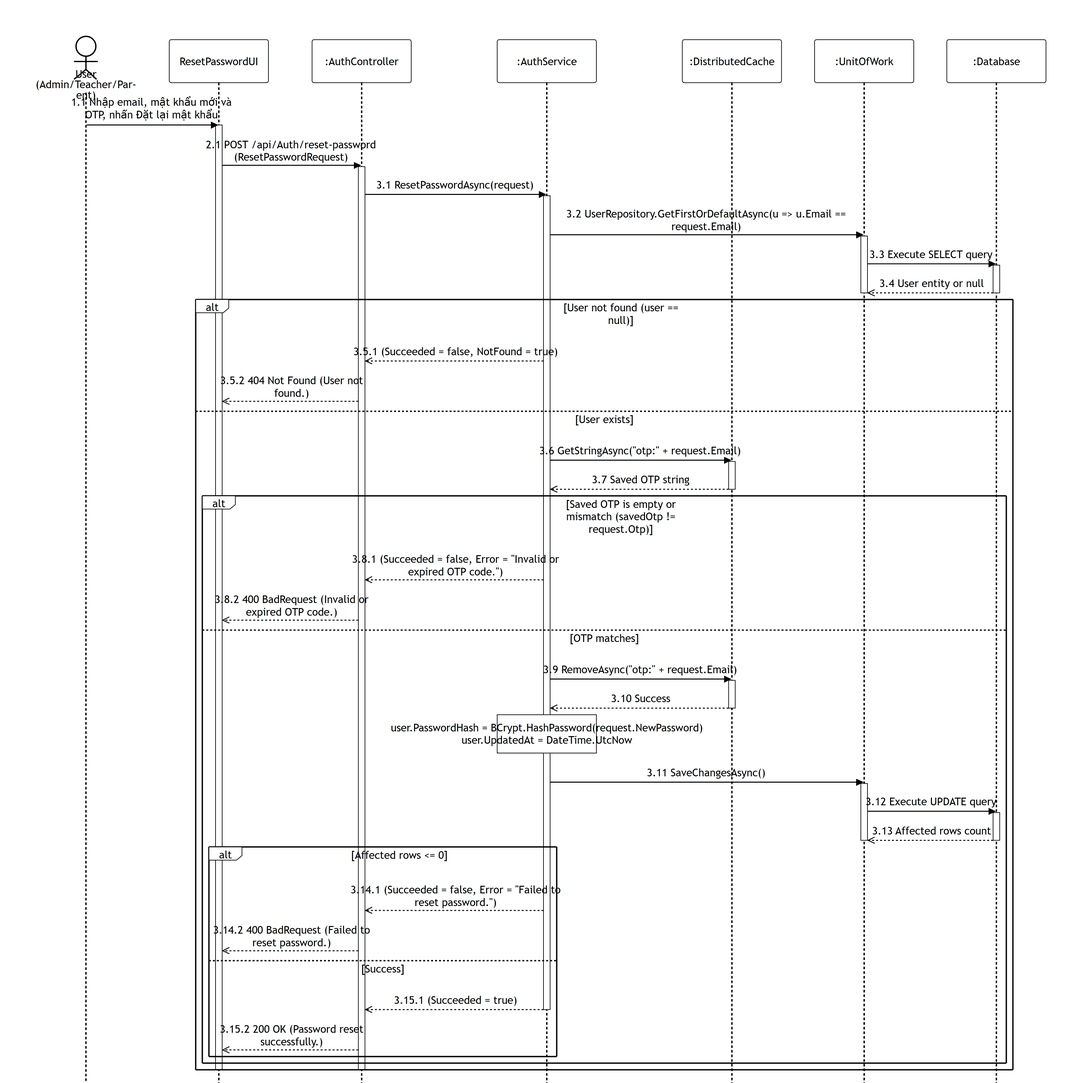
This is 01-authentication/images/apis/reset-password.png from PhucAnDev/docx-diagram, a Mermaid export, as it was before one commit. Its source is kept beside it as 01-authentication/sequence-diagram/apis/reset-password.mmd. Its diagram source:
```mermaid
%%{init: {'theme':'base', 'themeVariables': {'actorBkg':'#ffffff','actorBorder':'#000000','actorTextColor':'#000000','actorLineColor':'#000000','signalColor':'#000000','signalTextColor':'#000000','labelBoxBkgColor':'#ffffff','labelBoxBorderColor':'#000000','labelTextColor':'#000000','loopTextColor':'#000000','noteBkgColor':'#ffffff','noteBorderColor':'#000000','noteTextColor':'#000000','activationBorderColor':'#000000','activationBkgColor':'#ffffff','sequenceNumberColor':'#000000'}, 'sequence': {'width':150,'height':65,'actorFontSize':16,'messageFontSize':16,'wrap':true,'wrapPadding':10}}}%%
sequenceDiagram
    title POST /api/Auth/reset-password
    actor User as User (Admin/Teacher/Parent)
    participant UI as ResetPasswordUI
    participant Endpoint as :AuthController
    participant Service as :AuthService
    participant Cache as :DistributedCache
    participant DB as :UnitOfWork
    participant Database as :Database

    User->>UI: 1.1 Nhập email, mật khẩu mới và OTP, nhấn Đặt lại mật khẩu
    activate UI
    UI->>Endpoint: 2.1 POST /api/Auth/reset-password (ResetPasswordRequest)
    activate Endpoint

    Endpoint->>Service: 3.1 ResetPasswordAsync(request)
    activate Service

    Service->>DB: 3.2 UserRepository.GetFirstOrDefaultAsync(u => u.Email == request.Email)
    activate DB
    DB->>Database: 3.3 Execute SELECT query
    activate Database
    Database-->>DB: 3.4 User entity or null
    deactivate Database
    deactivate DB

    alt User not found (user == null)
        Service-->>Endpoint: 3.5.1 (Succeeded = false, NotFound = true)
        Endpoint-->>UI: 3.5.2 404 Not Found (User not found.)
    else User exists
        Service->>Cache: 3.6 GetStringAsync("otp:" + request.Email)
        activate Cache
        Cache-->>Service: 3.7 Saved OTP string
        deactivate Cache

        alt Saved OTP is empty or mismatch (savedOtp != request.Otp)
            Service-->>Endpoint: 3.8.1 (Succeeded = false, Error = "Invalid or expired OTP code.")
            Endpoint-->>UI: 3.8.2 400 BadRequest (Invalid or expired OTP code.)
        else OTP matches
            Service->>Cache: 3.9 RemoveAsync("otp:" + request.Email)
            activate Cache
            Cache-->>Service: 3.10 Success
            deactivate Cache

            note over Service: user.PasswordHash = BCrypt.HashPassword(request.NewPassword)<br/>user.UpdatedAt = DateTime.UtcNow

            Service->>DB: 3.11 SaveChangesAsync()
            activate DB
            DB->>Database: 3.12 Execute UPDATE query
            activate Database
            Database-->>DB: 3.13 Affected rows count
            deactivate Database
            deactivate DB

            alt Affected rows <= 0
                Service-->>Endpoint: 3.14.1 (Succeeded = false, Error = "Failed to reset password.")
                Endpoint-->>UI: 3.14.2 400 BadRequest (Failed to reset password.)
            else Success
                Service-->>Endpoint: 3.15.1 (Succeeded = true)
                deactivate Service
                Endpoint-->>UI: 3.15.2 200 OK (Password reset successfully.)
            end
        end
    end
    deactivate Endpoint
    deactivate UI
```
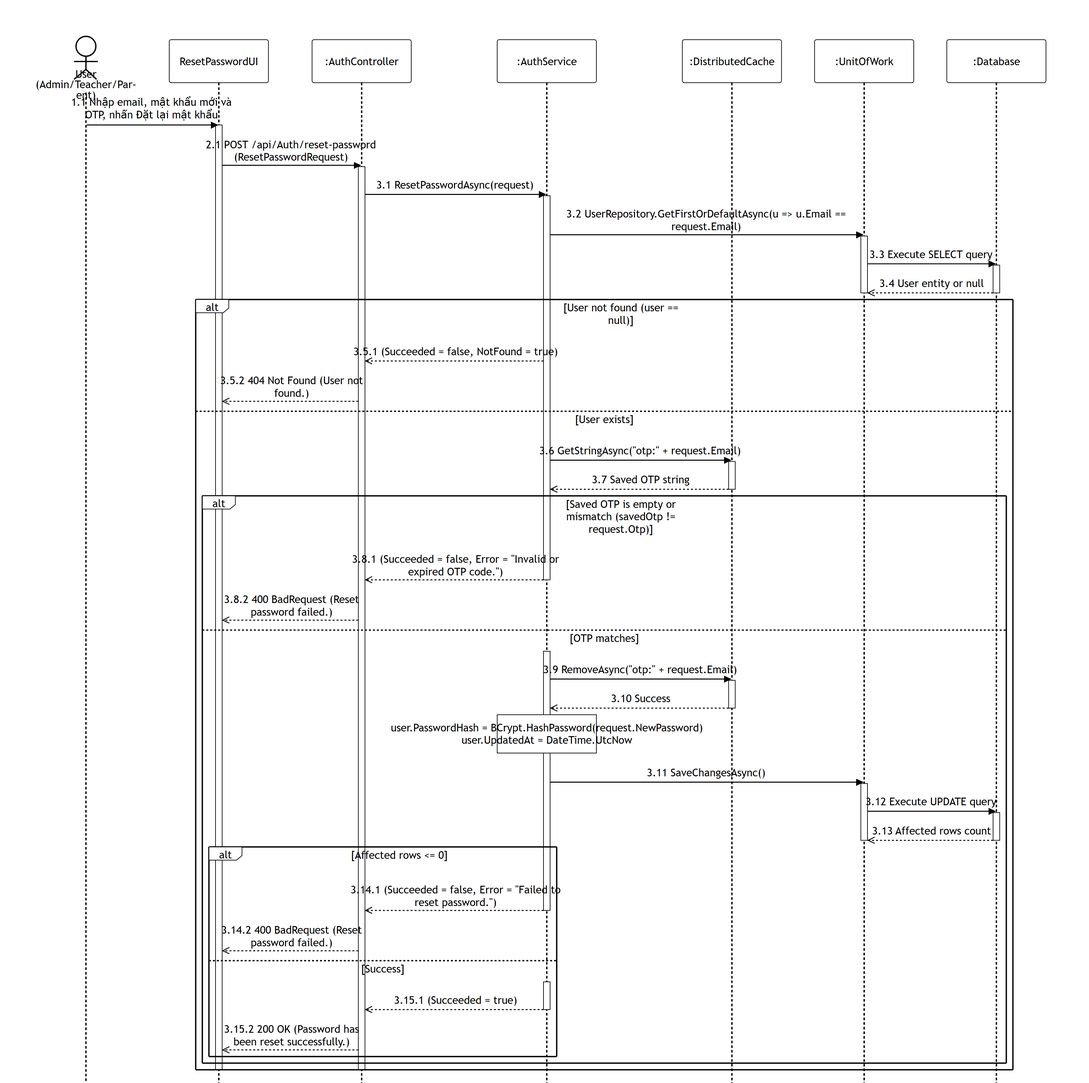
Later version of the same file.

The edit, as a diff of the source:
```diff
@@ -36,8 +36,10 @@
 
         alt Saved OTP is empty or mismatch (savedOtp != request.Otp)
             Service-->>Endpoint: 3.8.1 (Succeeded = false, Error = "Invalid or expired OTP code.")
-            Endpoint-->>UI: 3.8.2 400 BadRequest (Invalid or expired OTP code.)
+            deactivate Service
+            Endpoint-->>UI: 3.8.2 400 BadRequest (Reset password failed.)
         else OTP matches
+            activate Service
             Service->>Cache: 3.9 RemoveAsync("otp:" + request.Email)
             activate Cache
             Cache-->>Service: 3.10 Success
@@ -55,11 +57,13 @@
 
             alt Affected rows <= 0
                 Service-->>Endpoint: 3.14.1 (Succeeded = false, Error = "Failed to reset password.")
-                Endpoint-->>UI: 3.14.2 400 BadRequest (Failed to reset password.)
+                deactivate Service
+                Endpoint-->>UI: 3.14.2 400 BadRequest (Reset password failed.)
             else Success
+                activate Service
                 Service-->>Endpoint: 3.15.1 (Succeeded = true)
                 deactivate Service
-                Endpoint-->>UI: 3.15.2 200 OK (Password reset successfully.)
+                Endpoint-->>UI: 3.15.2 200 OK (Password has been reset successfully.)
             end
         end
     end
```
